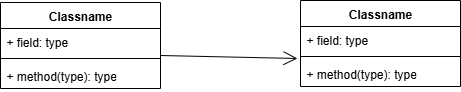
Before: UML/UML_class.png, a diagram exported from draw.io (Michail19/CallPing). Source tidied: cells renumbered, new cells last; positions are measured from the earlier drawing's top-left corner, leaving out a move shared by most shapes.
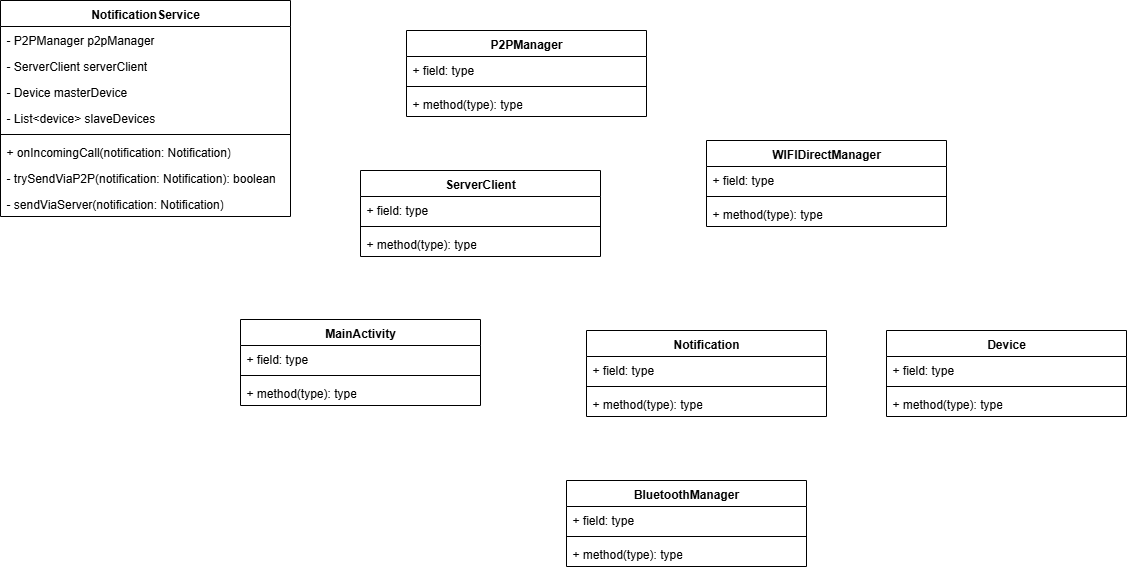
Later version of the same file.

Commit message:
UML class 1

Change to the diagram source:
```diff
@@ -2,32 +2,116 @@
   <root>
     <mxCell id="0" />
     <mxCell id="1" parent="0" />
-    <mxCell id="2" value="Classname" style="swimlane;fontStyle=1;align=center;verticalAlign=top;horizontal=1;startSize=26;whiteSpace=wrap;html=1;" parent="1" vertex="1">
-      <mxGeometry y="2" width="160" height="86" as="geometry" />
+    <mxCell id="2" value="NotificationService" style="swimlane;fontStyle=1;align=center;verticalAlign=top;horizontal=1;startSize=26;whiteSpace=wrap;html=1;" parent="1" vertex="1">
+      <mxGeometry y="2" width="290" height="216" as="geometry" />
     </mxCell>
-    <mxCell id="3" value="+ field: type" style="text;strokeColor=none;fillColor=none;align=left;verticalAlign=top;spacingLeft=4;spacingRight=4;overflow=hidden;whiteSpace=wrap;html=1;" parent="2" vertex="1">
-      <mxGeometry y="26" width="160" height="26" as="geometry" />
+    <mxCell id="3" value="- P2PManager p2pManager" style="text;strokeColor=none;fillColor=none;align=left;verticalAlign=top;spacingLeft=4;spacingRight=4;overflow=hidden;whiteSpace=wrap;html=1;" parent="2" vertex="1">
+      <mxGeometry y="26" width="290" height="26" as="geometry" />
     </mxCell>
+    <mxCell id="11" value="- ServerClient serverClient" style="text;strokeColor=none;fillColor=none;align=left;verticalAlign=top;spacingLeft=4;spacingRight=4;overflow=hidden;whiteSpace=wrap;html=1;" parent="2" vertex="1">
+      <mxGeometry y="52" width="290" height="26" as="geometry" />
+    </mxCell>
+    <mxCell id="12" value="- Device masterDevice" style="text;strokeColor=none;fillColor=none;align=left;verticalAlign=top;spacingLeft=4;spacingRight=4;overflow=hidden;whiteSpace=wrap;html=1;" parent="2" vertex="1">
+      <mxGeometry y="78" width="290" height="26" as="geometry" />
+    </mxCell>
+    <mxCell id="13" value="- List&amp;lt;device&amp;gt; slaveDevices" style="text;strokeColor=none;fillColor=none;align=left;verticalAlign=top;spacingLeft=4;spacingRight=4;overflow=hidden;whiteSpace=wrap;html=1;" parent="2" vertex="1">
+      <mxGeometry y="104" width="290" height="26" as="geometry" />
+    </mxCell>
     <mxCell id="4" style="line;strokeWidth=1;fillColor=none;align=left;verticalAlign=middle;spacingTop=-1;spacingLeft=3;spacingRight=3;labelPosition=right;points=[];portConstraint=eastwest;strokeColor=inherit;" parent="2" vertex="1">
-      <mxGeometry y="52" width="160" height="8" as="geometry" />
+      <mxGeometry y="130" width="290" height="8" as="geometry" />
     </mxCell>
-    <mxCell id="5" value="+ method(type): type" style="text;strokeColor=none;fillColor=none;align=left;verticalAlign=top;spacingLeft=4;spacingRight=4;overflow=hidden;whiteSpace=wrap;html=1;" parent="2" vertex="1">
-      <mxGeometry y="60" width="160" height="26" as="geometry" />
+    <mxCell id="5" value="+ onIncomingCall(notification: Notification)" style="text;strokeColor=none;fillColor=none;align=left;verticalAlign=top;spacingLeft=4;spacingRight=4;overflow=hidden;whiteSpace=wrap;html=1;" parent="2" vertex="1">
+      <mxGeometry y="138" width="290" height="26" as="geometry" />
     </mxCell>
-    <mxCell id="6" value="Classname" style="swimlane;fontStyle=1;align=center;verticalAlign=top;horizontal=1;startSize=26;whiteSpace=wrap;html=1;" parent="1" vertex="1">
-      <mxGeometry x="300" width="160" height="86" as="geometry" />
-    </mxCell>
-    <mxCell id="7" value="+ field: type" style="text;strokeColor=none;fillColor=none;align=left;verticalAlign=top;spacingLeft=4;spacingRight=4;overflow=hidden;whiteSpace=wrap;html=1;" parent="6" vertex="1">
-      <mxGeometry y="26" width="160" height="26" as="geometry" />
-    </mxCell>
-    <mxCell id="8" style="line;strokeWidth=1;fillColor=none;align=left;verticalAlign=middle;spacingTop=-1;spacingLeft=3;spacingRight=3;labelPosition=right;strokeColor=inherit;" parent="6" vertex="1">
-      <mxGeometry y="52" width="160" height="8" as="geometry" />
-    </mxCell>
-    <mxCell id="9" value="+ method(type): type" style="text;strokeColor=none;fillColor=none;align=left;verticalAlign=top;spacingLeft=4;spacingRight=4;overflow=hidden;points=[[0,0.5],[1,0.5]];portConstraint=eastwest;whiteSpace=wrap;html=1;" parent="6" vertex="1">
-      <mxGeometry y="60" width="160" height="26" as="geometry" />
-    </mxCell>
-    <mxCell id="10" style="endArrow=open;endFill=1;endSize=12;html=1;rounded=0;exitX=1;exitY=0.125;exitDx=0;exitDy=0;exitPerimeter=0;entryX=-0.019;entryY=-0.077;entryDx=0;entryDy=0;entryPerimeter=0;" parent="1" edge="1" source="4" target="9">
-      <mxGeometry relative="1" as="geometry" />
-    </mxCell>
+    <mxCell id="14" value="- trySendViaP2P(notification: Notification): boolean" style="text;strokeColor=none;fillColor=none;align=left;verticalAlign=top;spacingLeft=4;spacingRight=4;overflow=hidden;whiteSpace=wrap;html=1;" parent="2" vertex="1">
+      <mxGeometry y="164" width="290" height="26" as="geometry" />
+    </mxCell>
+    <mxCell id="15" value="- sendViaServer(notification: Notification)" style="text;strokeColor=none;fillColor=none;align=left;verticalAlign=top;spacingLeft=4;spacingRight=4;overflow=hidden;whiteSpace=wrap;html=1;" parent="2" vertex="1">
+      <mxGeometry y="190" width="290" height="26" as="geometry" />
+    </mxCell>
+    <mxCell id="16" value="ServerClient" style="swimlane;fontStyle=1;align=center;verticalAlign=top;horizontal=1;startSize=26;whiteSpace=wrap;html=1;" parent="1" vertex="1">
+      <mxGeometry x="360" y="172" width="240" height="86" as="geometry" />
+    </mxCell>
+    <mxCell id="17" value="+ field: type" style="text;strokeColor=none;fillColor=none;align=left;verticalAlign=top;spacingLeft=4;spacingRight=4;overflow=hidden;whiteSpace=wrap;html=1;" parent="16" vertex="1">
+      <mxGeometry y="26" width="240" height="26" as="geometry" />
+    </mxCell>
+    <mxCell id="18" style="line;strokeWidth=1;fillColor=none;align=left;verticalAlign=middle;spacingTop=-1;spacingLeft=3;spacingRight=3;labelPosition=right;strokeColor=inherit;" parent="16" vertex="1">
+      <mxGeometry y="52" width="240" height="8" as="geometry" />
+    </mxCell>
+    <mxCell id="19" value="+ method(type): type" style="text;strokeColor=none;fillColor=none;align=left;verticalAlign=top;spacingLeft=4;spacingRight=4;overflow=hidden;whiteSpace=wrap;html=1;" parent="16" vertex="1">
+      <mxGeometry y="60" width="240" height="26" as="geometry" />
+    </mxCell>
+    <mxCell id="20" value="MainActivity" style="swimlane;fontStyle=1;align=center;verticalAlign=top;horizontal=1;startSize=26;whiteSpace=wrap;html=1;" parent="1" vertex="1">
+      <mxGeometry x="240" y="321" width="240" height="86" as="geometry" />
+    </mxCell>
+    <mxCell id="21" value="+ field: type" style="text;strokeColor=none;fillColor=none;align=left;verticalAlign=top;spacingLeft=4;spacingRight=4;overflow=hidden;whiteSpace=wrap;html=1;" parent="20" vertex="1">
+      <mxGeometry y="26" width="240" height="26" as="geometry" />
+    </mxCell>
+    <mxCell id="22" style="line;strokeWidth=1;fillColor=none;align=left;verticalAlign=middle;spacingTop=-1;spacingLeft=3;spacingRight=3;labelPosition=right;strokeColor=inherit;" parent="20" vertex="1">
+      <mxGeometry y="52" width="240" height="8" as="geometry" />
+    </mxCell>
+    <mxCell id="23" value="+ method(type): type" style="text;strokeColor=none;fillColor=none;align=left;verticalAlign=top;spacingLeft=4;spacingRight=4;overflow=hidden;whiteSpace=wrap;html=1;" parent="20" vertex="1">
+      <mxGeometry y="60" width="240" height="26" as="geometry" />
+    </mxCell>
+    <mxCell id="24" value="P2PManager" style="swimlane;fontStyle=1;align=center;verticalAlign=top;horizontal=1;startSize=26;whiteSpace=wrap;html=1;" parent="1" vertex="1">
+      <mxGeometry x="406" y="32" width="240" height="86" as="geometry" />
+    </mxCell>
+    <mxCell id="25" value="+ field: type" style="text;strokeColor=none;fillColor=none;align=left;verticalAlign=top;spacingLeft=4;spacingRight=4;overflow=hidden;whiteSpace=wrap;html=1;" parent="24" vertex="1">
+      <mxGeometry y="26" width="240" height="26" as="geometry" />
+    </mxCell>
+    <mxCell id="26" style="line;strokeWidth=1;fillColor=none;align=left;verticalAlign=middle;spacingTop=-1;spacingLeft=3;spacingRight=3;labelPosition=right;strokeColor=inherit;" parent="24" vertex="1">
+      <mxGeometry y="52" width="240" height="8" as="geometry" />
+    </mxCell>
+    <mxCell id="27" value="+ method(type): type" style="text;strokeColor=none;fillColor=none;align=left;verticalAlign=top;spacingLeft=4;spacingRight=4;overflow=hidden;whiteSpace=wrap;html=1;" parent="24" vertex="1">
+      <mxGeometry y="60" width="240" height="26" as="geometry" />
+    </mxCell>
+    <mxCell id="28" value="Notification" style="swimlane;fontStyle=1;align=center;verticalAlign=top;horizontal=1;startSize=26;whiteSpace=wrap;html=1;" parent="1" vertex="1">
+      <mxGeometry x="586" y="332" width="240" height="86" as="geometry" />
+    </mxCell>
+    <mxCell id="29" value="+ field: type" style="text;strokeColor=none;fillColor=none;align=left;verticalAlign=top;spacingLeft=4;spacingRight=4;overflow=hidden;whiteSpace=wrap;html=1;" parent="28" vertex="1">
+      <mxGeometry y="26" width="240" height="26" as="geometry" />
+    </mxCell>
+    <mxCell id="30" style="line;strokeWidth=1;fillColor=none;align=left;verticalAlign=middle;spacingTop=-1;spacingLeft=3;spacingRight=3;labelPosition=right;strokeColor=inherit;" parent="28" vertex="1">
+      <mxGeometry y="52" width="240" height="8" as="geometry" />
+    </mxCell>
+    <mxCell id="31" value="+ method(type): type" style="text;strokeColor=none;fillColor=none;align=left;verticalAlign=top;spacingLeft=4;spacingRight=4;overflow=hidden;whiteSpace=wrap;html=1;" parent="28" vertex="1">
+      <mxGeometry y="60" width="240" height="26" as="geometry" />
+    </mxCell>
+    <mxCell id="32" value="WIFIDirectManager" style="swimlane;fontStyle=1;align=center;verticalAlign=top;horizontal=1;startSize=26;whiteSpace=wrap;html=1;" parent="1" vertex="1">
+      <mxGeometry x="706" y="142" width="240" height="86" as="geometry" />
+    </mxCell>
+    <mxCell id="33" value="+ field: type" style="text;strokeColor=none;fillColor=none;align=left;verticalAlign=top;spacingLeft=4;spacingRight=4;overflow=hidden;whiteSpace=wrap;html=1;" parent="32" vertex="1">
+      <mxGeometry y="26" width="240" height="26" as="geometry" />
+    </mxCell>
+    <mxCell id="34" style="line;strokeWidth=1;fillColor=none;align=left;verticalAlign=middle;spacingTop=-1;spacingLeft=3;spacingRight=3;labelPosition=right;strokeColor=inherit;" parent="32" vertex="1">
+      <mxGeometry y="52" width="240" height="8" as="geometry" />
+    </mxCell>
+    <mxCell id="35" value="+ method(type): type" style="text;strokeColor=none;fillColor=none;align=left;verticalAlign=top;spacingLeft=4;spacingRight=4;overflow=hidden;whiteSpace=wrap;html=1;" parent="32" vertex="1">
+      <mxGeometry y="60" width="240" height="26" as="geometry" />
+    </mxCell>
+    <mxCell id="36" value="BluetoothManager" style="swimlane;fontStyle=1;align=center;verticalAlign=top;horizontal=1;startSize=26;whiteSpace=wrap;html=1;" parent="1" vertex="1">
+      <mxGeometry x="566" y="482" width="240" height="86" as="geometry" />
+    </mxCell>
+    <mxCell id="37" value="+ field: type" style="text;strokeColor=none;fillColor=none;align=left;verticalAlign=top;spacingLeft=4;spacingRight=4;overflow=hidden;whiteSpace=wrap;html=1;" parent="36" vertex="1">
+      <mxGeometry y="26" width="240" height="26" as="geometry" />
+    </mxCell>
+    <mxCell id="38" style="line;strokeWidth=1;fillColor=none;align=left;verticalAlign=middle;spacingTop=-1;spacingLeft=3;spacingRight=3;labelPosition=right;strokeColor=inherit;" parent="36" vertex="1">
+      <mxGeometry y="52" width="240" height="8" as="geometry" />
+    </mxCell>
+    <mxCell id="39" value="+ method(type): type" style="text;strokeColor=none;fillColor=none;align=left;verticalAlign=top;spacingLeft=4;spacingRight=4;overflow=hidden;whiteSpace=wrap;html=1;" parent="36" vertex="1">
+      <mxGeometry y="60" width="240" height="26" as="geometry" />
+    </mxCell>
+    <mxCell id="40" value="Device" style="swimlane;fontStyle=1;align=center;verticalAlign=top;horizontal=1;startSize=26;whiteSpace=wrap;html=1;" parent="1" vertex="1">
+      <mxGeometry x="886" y="332" width="240" height="86" as="geometry" />
+    </mxCell>
+    <mxCell id="41" value="+ field: type" style="text;strokeColor=none;fillColor=none;align=left;verticalAlign=top;spacingLeft=4;spacingRight=4;overflow=hidden;whiteSpace=wrap;html=1;" parent="40" vertex="1">
+      <mxGeometry y="26" width="240" height="26" as="geometry" />
+    </mxCell>
+    <mxCell id="42" style="line;strokeWidth=1;fillColor=none;align=left;verticalAlign=middle;spacingTop=-1;spacingLeft=3;spacingRight=3;labelPosition=right;strokeColor=inherit;" parent="40" vertex="1">
+      <mxGeometry y="52" width="240" height="8" as="geometry" />
+    </mxCell>
+    <mxCell id="43" value="+ method(type): type" style="text;strokeColor=none;fillColor=none;align=left;verticalAlign=top;spacingLeft=4;spacingRight=4;overflow=hidden;whiteSpace=wrap;html=1;" parent="40" vertex="1">
+      <mxGeometry y="60" width="240" height="26" as="geometry" />
+    </mxCell>
   </root>
 </mxGraphModel>
```
